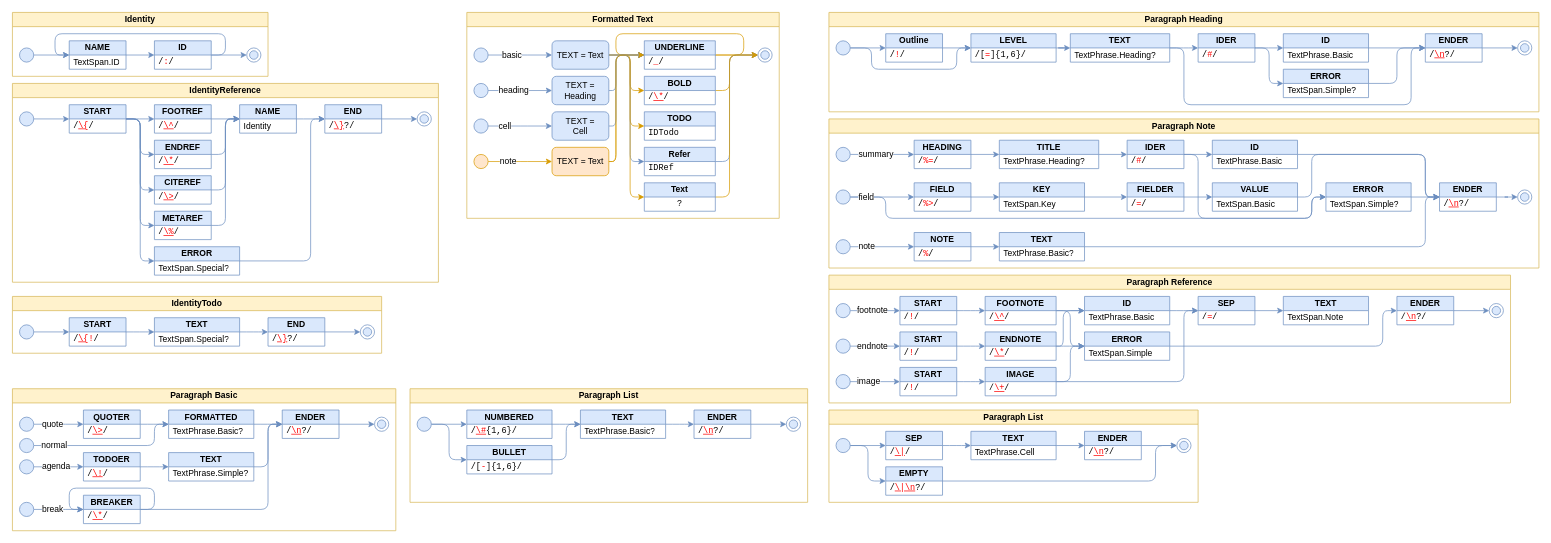
The draw.io diagram page "schema package" (1 of 3) of doc/syntax.drawio in creativeArtie/Writer-Studio, before the edit. Source tidied: cells renumbered, new cells numbered last; positions are measured from the earlier drawing's top-left corner, leaving out a move shared by most shapes. Both pictures are drawn from the tidied source at 71%, with x=0, y=0 at pixel (12, 12).
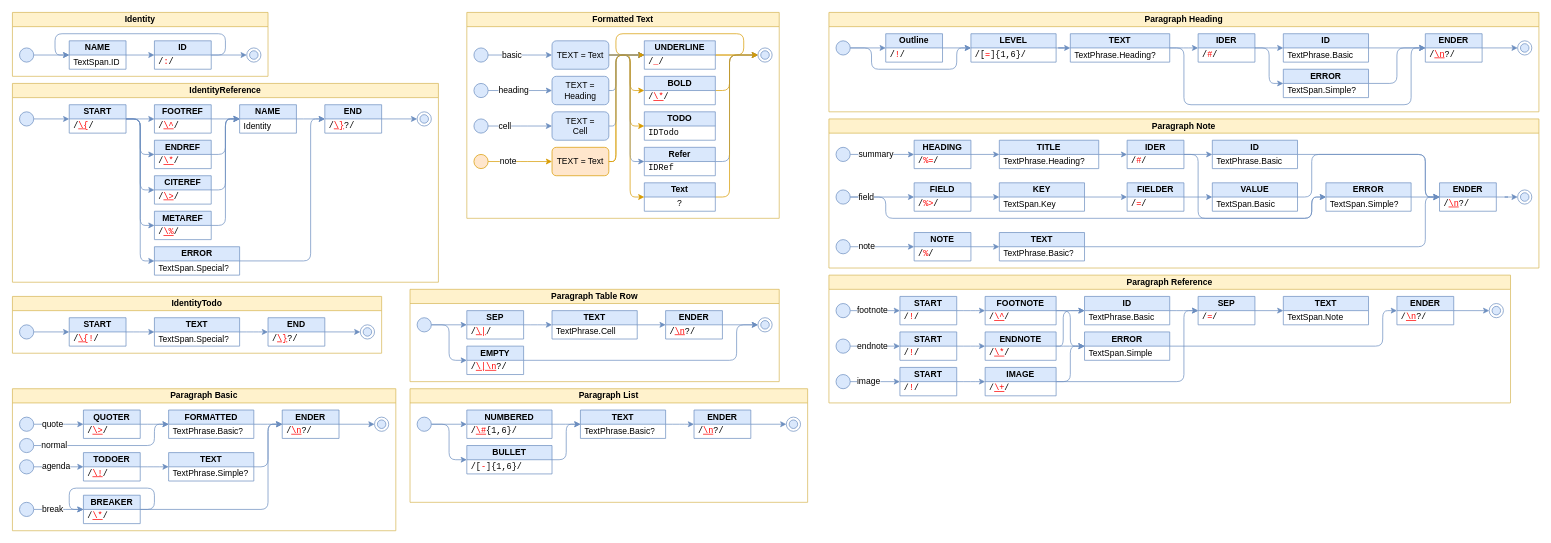
The same page after the edit.

The edit, as a diff of the source:
```diff
@@
-    <mxCell id="221" value="Paragraph List" style="swimlane;whiteSpace=wrap;html=1;fillColor=#fff2cc;strokeColor=#d6b656;startSize=20;" parent="1" vertex="1">
-      <mxGeometry x="1150" y="560" width="520" height="130" as="geometry" />
+    <mxCell id="221" value="Paragraph Table Row" style="swimlane;whiteSpace=wrap;html=1;fillColor=#fff2cc;strokeColor=#d6b656;startSize=20;" parent="1" vertex="1">
+      <mxGeometry x="560" y="390" width="520" height="130" as="geometry" />
     </mxCell>
```
